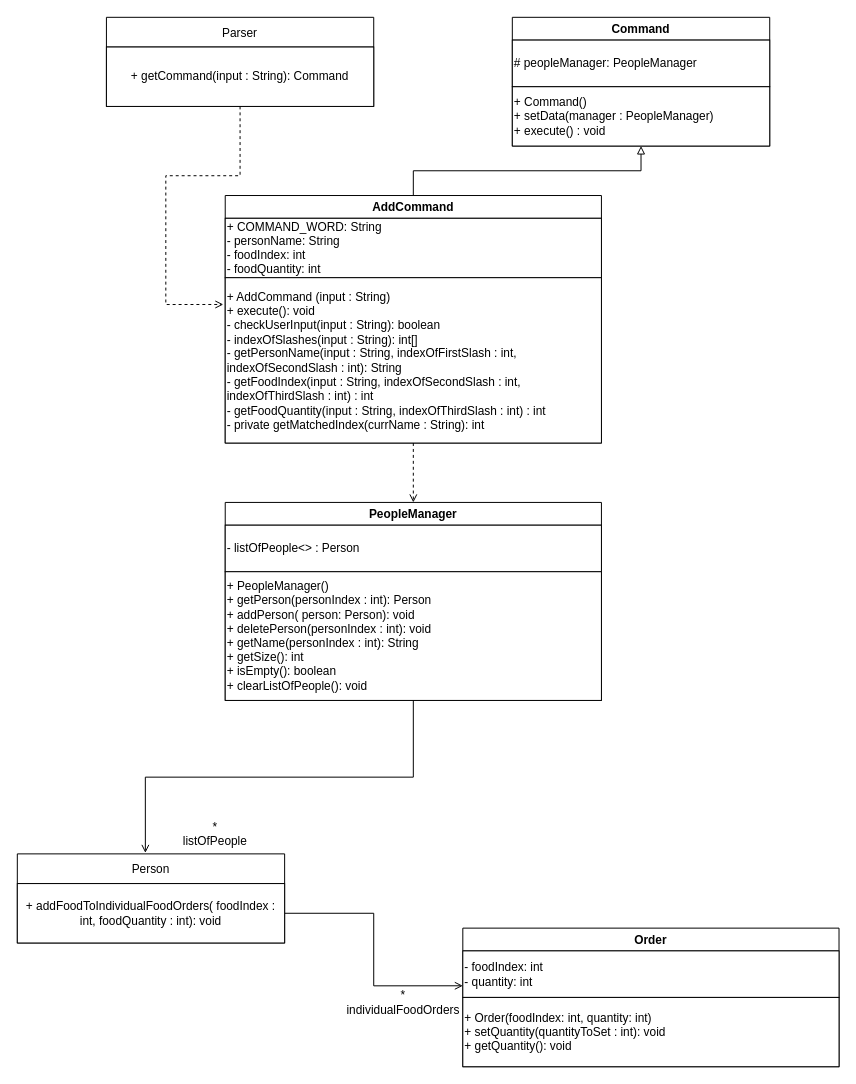
Before: UMLdiagrams/AddCommandDiagram/AddCommandDiagram.drawio in thaddyyz/tp, a draw.io diagram. Source tidied: cells renumbered, new cells numbered last; positions are measured from the earlier drawing's top-left corner, leaving out a move shared by most shapes. Both pictures are drawn from the tidied source at 99%, with x=0, y=0 at pixel (17, 17).
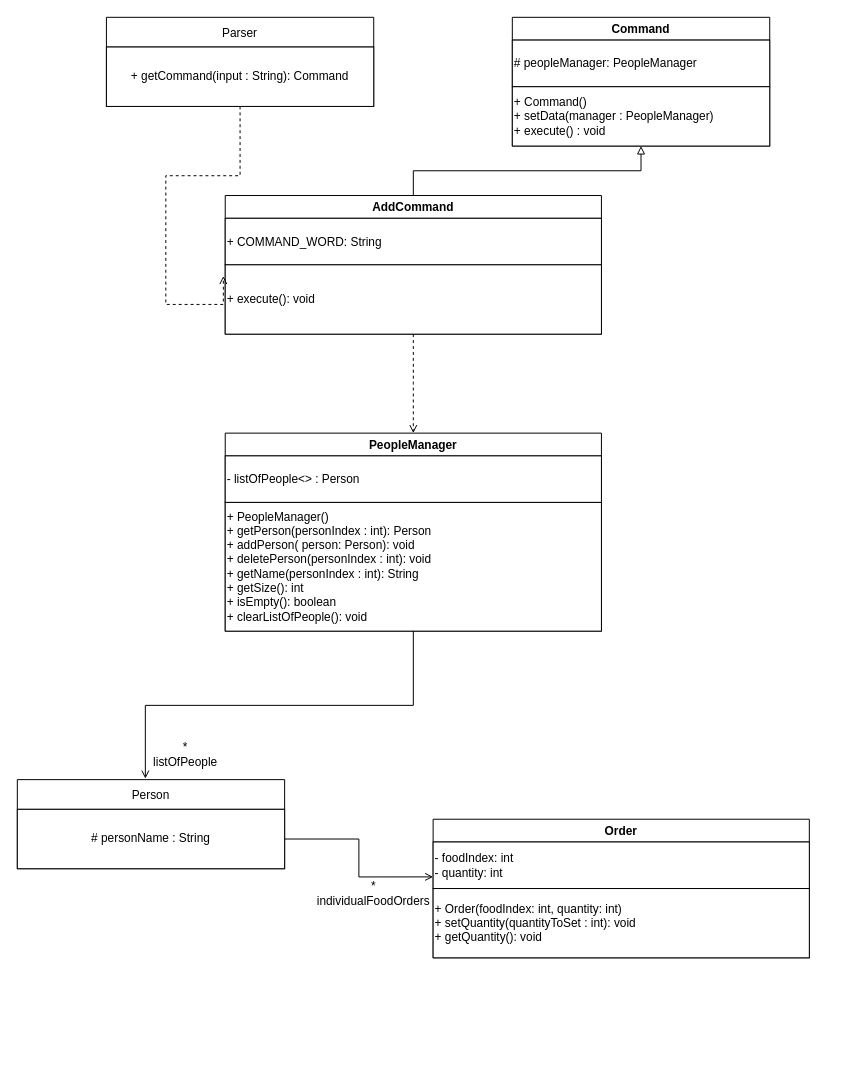
The same diagram, later.

Commit message (it also covers changes not shown here):
Add Overall Class Diagram

Change to the diagram source:
```diff
@@
     <mxCell id="8" value="AddCommand" style="swimlane;align=center;" parent="1" vertex="1">
-      <mxGeometry x="210" y="180" width="380" height="250" as="geometry" />
+      <mxGeometry x="210" y="180" width="380" height="140" as="geometry" />
     </mxCell>
-    <mxCell id="9" value="+ COMMAND_WORD: String&lt;br&gt;- personName: String&lt;br&gt;- foodIndex: int&lt;br&gt;- foodQuantity: int" style="rounded=0;whiteSpace=wrap;html=1;align=left;" parent="8" vertex="1">
-      <mxGeometry y="23" width="380" height="60" as="geometry" />
+    <mxCell id="9" value="+ COMMAND_WORD: String" style="rounded=0;whiteSpace=wrap;html=1;align=left;" parent="8" vertex="1">
+      <mxGeometry y="23" width="380" height="47" as="geometry" />
     </mxCell>
-    <mxCell id="10" value="+ AddCommand (input : String)&lt;br&gt;+ execute(): void&lt;br&gt;- checkUserInput(input : String): boolean&lt;br&gt;- indexOfSlashes(input : String): int[]&lt;br&gt;- getPersonName(input : String, indexOfFirstSlash : int, indexOfSecondSlash : int): String&lt;br&gt;- getFoodIndex(input : String, indexOfSecondSlash : int, indexOfThirdSlash : int) : int&lt;br&gt;- getFoodQuantity(input : String, indexOfThirdSlash : int) : int&lt;br&gt;- private getMatchedIndex(currName : String): int" style="rounded=0;whiteSpace=wrap;html=1;align=left;" parent="8" vertex="1">
-      <mxGeometry y="83" width="380" height="167" as="geometry" />
+    <mxCell id="10" value="+ execute(): void&lt;br&gt;" style="rounded=0;whiteSpace=wrap;html=1;align=left;" parent="8" vertex="1">
+      <mxGeometry y="70" width="380" height="70" as="geometry" />
     </mxCell>
     <mxCell id="11" value="PeopleManager" style="swimlane;align=center;" parent="1" vertex="1">
-      <mxGeometry x="210" y="490" width="380" height="200" as="geometry" />
+      <mxGeometry x="210" y="420" width="380" height="200" as="geometry" />
     </mxCell>
@@
     <mxCell id="14" value="Person" style="swimlane;fontStyle=0;horizontal=1;startSize=30;" parent="1" vertex="1">
-      <mxGeometry y="845" width="270" height="90" as="geometry" />
+      <mxGeometry y="770" width="270" height="90" as="geometry" />
     </mxCell>
+    <mxCell id="16" value="# personName : String" style="whiteSpace=wrap;html=1;align=center;" parent="14" vertex="1">
+      <mxGeometry y="30" width="270" height="60" as="geometry" />
+    </mxCell>
@@
-    <mxCell id="16" value="+ addFoodToIndividualFoodOrders( foodIndex : int, foodQuantity : int): void" style="whiteSpace=wrap;html=1;align=center;" parent="1" vertex="1">
-      <mxGeometry y="875" width="270" height="60" as="geometry" />
-    </mxCell>
     <mxCell id="17" value="Order" style="swimlane;align=center;" parent="1" vertex="1">
-      <mxGeometry x="450" y="920" width="380" height="140" as="geometry" />
+      <mxGeometry x="420" y="810" width="380" height="140" as="geometry" />
     </mxCell>
@@
-    <mxCell id="21" style="edgeStyle=orthogonalEdgeStyle;rounded=0;jettySize=auto;html=1;entryX=0.5;entryY=0;entryDx=0;entryDy=0;dashed=1;endArrow=open;endFill=0;" parent="1" edge="1" source="10" target="11">
-      <mxGeometry relative="1" as="geometry" />
+    <mxCell id="21" style="edgeStyle=orthogonalEdgeStyle;rounded=0;jettySize=auto;html=1;dashed=1;endArrow=open;endFill=0;" parent="1" edge="1" source="10">
+      <mxGeometry relative="1" as="geometry">
+        <mxPoint x="400" y="420" as="targetPoint" />
+      </mxGeometry>
     </mxCell>
@@
     <mxCell id="23" value="*&lt;br&gt;listOfPeople" style="text;html=1;strokeColor=none;fillColor=none;align=center;verticalAlign=middle;whiteSpace=wrap;rounded=0;" parent="1" vertex="1">
-      <mxGeometry x="170" y="810" width="60" height="30" as="geometry" />
+      <mxGeometry x="140" y="730" width="60" height="30" as="geometry" />
     </mxCell>
     <mxCell id="24" value="*&lt;br&gt;individualFoodOrders" style="text;html=1;strokeColor=none;fillColor=none;align=center;verticalAlign=middle;whiteSpace=wrap;rounded=0;" parent="1" vertex="1">
-      <mxGeometry x="360" y="980" width="60" height="30" as="geometry" />
+      <mxGeometry x="330" y="870" width="60" height="30" as="geometry" />
     </mxCell>
```
